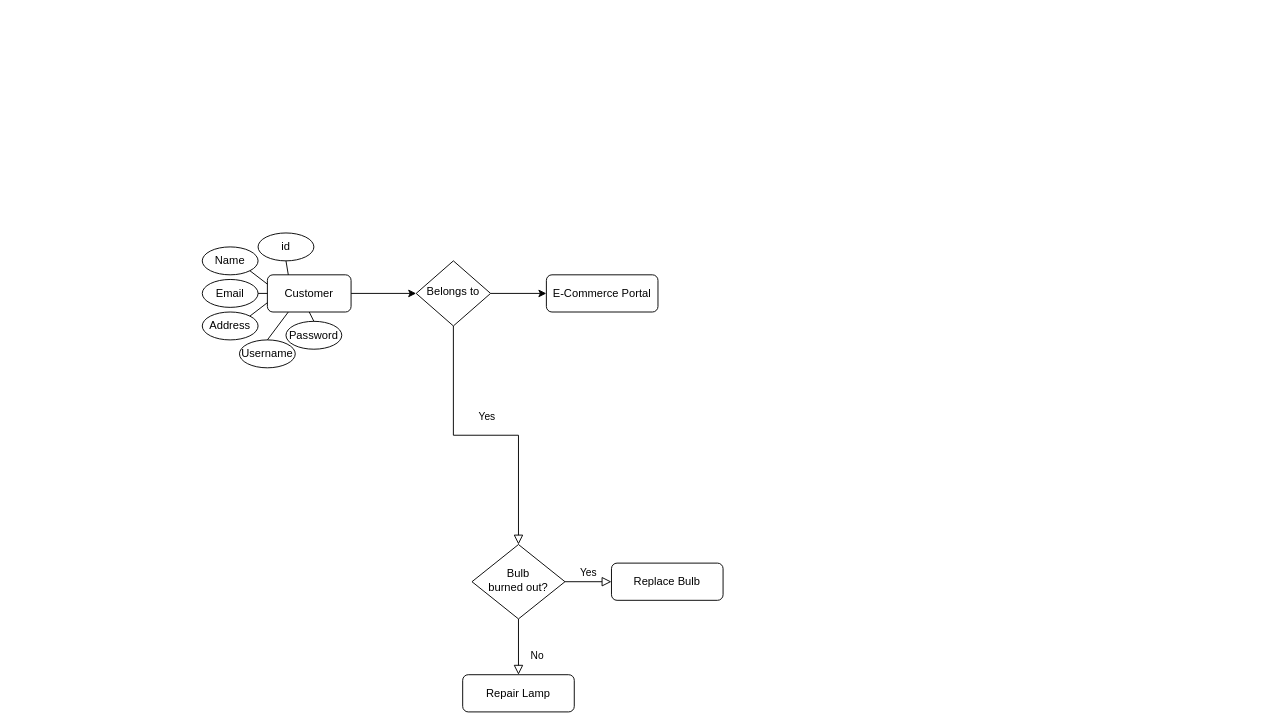
Above: Untitled Diagram.drawio in adithkrishnan98/ECommerce-Java (draw.io), before the change. Source tidied: cells renumbered, new cells numbered last; positions are measured from the earlier drawing's top-left corner, leaving out a move shared by most shapes. Both pictures are drawn from the tidied source at 93%, with x=0, y=0 at pixel (202, 232).
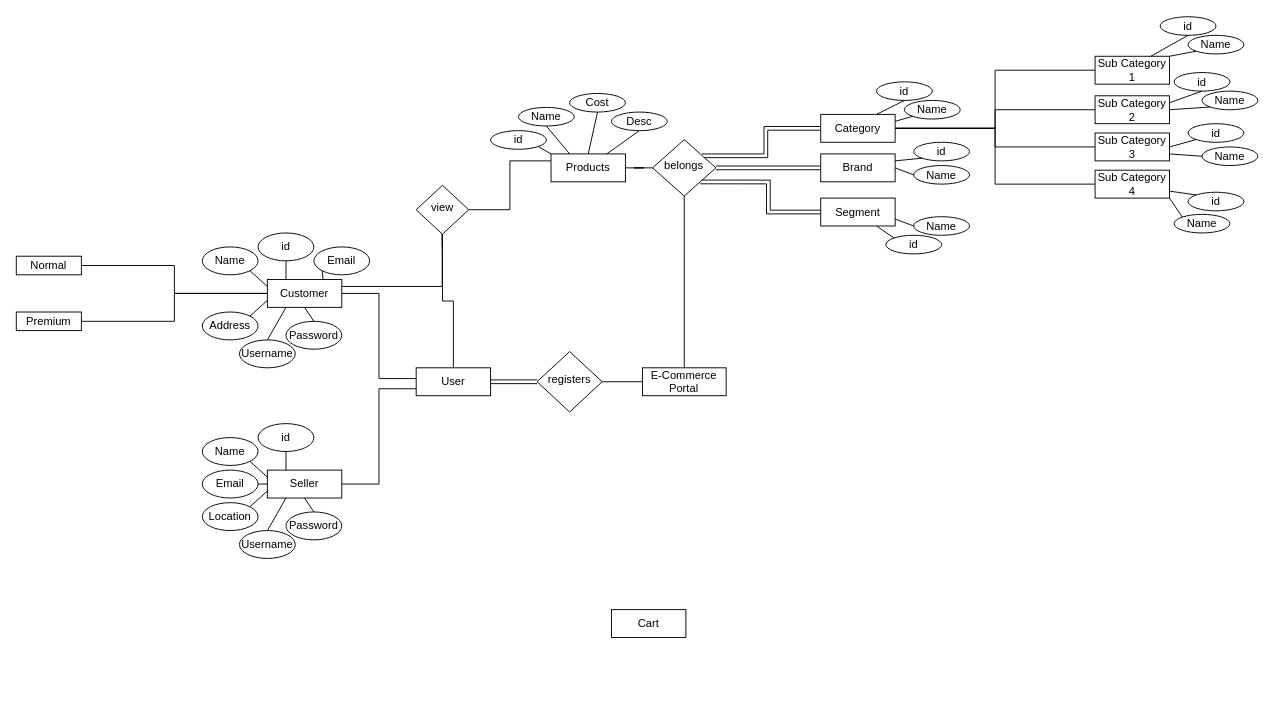
Above is the later version.

Commit message:
ER Diag E-Comm

The edit, as a diff of the source:
```diff
@@
-    <mxCell id="2" style="edgeStyle=orthogonalEdgeStyle;rounded=0;jettySize=auto;html=1;" parent="1" edge="1" source="3" target="6">
+    <mxCell id="2" style="edgeStyle=orthogonalEdgeStyle;rounded=0;jettySize=auto;html=1;entryX=0.002;entryY=0.386;entryDx=0;entryDy=0;entryPerimeter=0;endArrow=none;endFill=0;" parent="1" edge="1" source="3" target="28">
       <mxGeometry relative="1" as="geometry" />
     </mxCell>
+    <mxCell id="25" style="edgeStyle=orthogonalEdgeStyle;rounded=0;jettySize=auto;html=1;exitX=1;exitY=0.25;exitDx=0;exitDy=0;startArrow=none;startFill=0;endArrow=none;endFill=0;strokeColor=#000000;" parent="1" edge="1" source="3">
+      <mxGeometry relative="1" as="geometry">
+        <mxPoint x="258" y="15" as="targetPoint" />
+        <Array as="points">
+          <mxPoint x="258" y="57" />
+          <mxPoint x="258" y="-25" />
+        </Array>
+      </mxGeometry>
+    </mxCell>
-    <mxCell id="3" value="Customer" style="rounded=1;whiteSpace=wrap;html=1;fontSize=12;glass=0;strokeWidth=1;shadow=0;" parent="1" vertex="1">
-      <mxGeometry x="70" y="45" width="90" height="40" as="geometry" />
+    <mxCell id="3" value="Customer" style="rounded=0;whiteSpace=wrap;html=1;fontSize=12;glass=0;strokeWidth=1;shadow=0;" parent="1" vertex="1">
+      <mxGeometry x="70" y="50" width="80" height="30" as="geometry" />
     </mxCell>
-    <mxCell id="4" value="Yes" style="rounded=0;html=1;jettySize=auto;fontSize=11;endArrow=block;endFill=0;endSize=8;strokeWidth=1;shadow=0;labelBackgroundColor=none;edgeStyle=orthogonalEdgeStyle;" parent="1" edge="1" source="6" target="10">
-      <mxGeometry y="20" relative="1" as="geometry" />
-    </mxCell>
-    <mxCell id="5" style="edgeStyle=orthogonalEdgeStyle;rounded=0;jettySize=auto;html=1;exitX=1;exitY=0.5;exitDx=0;exitDy=0;" parent="1" edge="1" source="6" target="7">
+    <mxCell id="5" style="edgeStyle=orthogonalEdgeStyle;rounded=0;jettySize=auto;html=1;exitX=1;exitY=0.5;exitDx=0;exitDy=0;endArrow=none;endFill=0;" parent="1" edge="1" source="6" target="7">
       <mxGeometry relative="1" as="geometry" />
     </mxCell>
-    <mxCell id="6" value="Belongs to" style="rhombus;whiteSpace=wrap;html=1;shadow=0;fontFamily=Helvetica;fontSize=12;align=center;strokeWidth=1;spacing=6;spacingTop=-4;" parent="1" vertex="1">
-      <mxGeometry x="230" y="30" width="80" height="70" as="geometry" />
+    <mxCell id="6" value="registers" style="rhombus;whiteSpace=wrap;html=1;shadow=0;fontFamily=Helvetica;fontSize=12;align=center;strokeWidth=1;spacing=6;spacingTop=-4;" parent="1" vertex="1">
+      <mxGeometry x="360" y="127.5" width="70" height="65" as="geometry" />
     </mxCell>
-    <mxCell id="7" value="E-Commerce Portal" style="rounded=1;whiteSpace=wrap;html=1;fontSize=12;glass=0;strokeWidth=1;shadow=0;" parent="1" vertex="1">
-      <mxGeometry x="370" y="45" width="120" height="40" as="geometry" />
+    <mxCell id="7" value="E-Commerce Portal" style="rounded=0;whiteSpace=wrap;html=1;fontSize=12;glass=0;strokeWidth=1;shadow=0;" parent="1" vertex="1">
+      <mxGeometry x="473.3" y="145" width="90" height="30" as="geometry" />
     </mxCell>
-    <mxCell id="8" value="No" style="rounded=0;html=1;jettySize=auto;fontSize=11;endArrow=block;endFill=0;endSize=8;strokeWidth=1;shadow=0;labelBackgroundColor=none;edgeStyle=orthogonalEdgeStyle;" parent="1" edge="1" source="10" target="11">
-      <mxGeometry x="0.33" y="20" relative="1" as="geometry" />
-    </mxCell>
-    <mxCell id="9" value="Yes" style="edgeStyle=orthogonalEdgeStyle;rounded=0;html=1;jettySize=auto;fontSize=11;endArrow=block;endFill=0;endSize=8;strokeWidth=1;shadow=0;labelBackgroundColor=none;" parent="1" edge="1" source="10" target="12">
-      <mxGeometry y="10" relative="1" as="geometry" />
-    </mxCell>
-    <mxCell id="10" value="Bulb&lt;br&gt;burned out?" style="rhombus;whiteSpace=wrap;html=1;shadow=0;fontFamily=Helvetica;fontSize=12;align=center;strokeWidth=1;spacing=6;spacingTop=-4;" parent="1" vertex="1">
-      <mxGeometry x="290" y="335" width="100" height="80" as="geometry" />
-    </mxCell>
-    <mxCell id="11" value="Repair Lamp" style="rounded=1;whiteSpace=wrap;html=1;fontSize=12;glass=0;strokeWidth=1;shadow=0;" parent="1" vertex="1">
-      <mxGeometry x="280" y="475" width="120" height="40" as="geometry" />
-    </mxCell>
-    <mxCell id="12" value="Replace Bulb" style="rounded=1;whiteSpace=wrap;html=1;fontSize=12;glass=0;strokeWidth=1;shadow=0;" parent="1" vertex="1">
-      <mxGeometry x="440" y="355" width="120" height="40" as="geometry" />
-    </mxCell>
@@
     <mxCell id="15" value="Email" style="ellipse;whiteSpace=wrap;html=1;" parent="1" vertex="1">
-      <mxGeometry y="50" width="60" height="30" as="geometry" />
+      <mxGeometry x="120" y="15" width="60" height="30" as="geometry" />
     </mxCell>
@@
-    <mxCell id="21" style="endArrow=none;html=1;entryX=1;entryY=0.5;entryDx=0;entryDy=0;exitX=0;exitY=0.5;exitDx=0;exitDy=0;" parent="1" edge="1" source="3" target="15">
+    <mxCell id="21" style="endArrow=none;html=1;entryX=0;entryY=1;entryDx=0;entryDy=0;exitX=0.75;exitY=0;exitDx=0;exitDy=0;" parent="1" edge="1" source="3" target="15">
       <mxGeometry relative="1" as="geometry" />
     </mxCell>
@@
+    <mxCell id="26" style="edgeStyle=orthogonalEdgeStyle;rounded=0;jettySize=auto;html=1;entryX=0;entryY=0.5;entryDx=0;entryDy=0;shape=link;" parent="1" edge="1" source="28" target="6">
+      <mxGeometry relative="1" as="geometry" />
+    </mxCell>
+    <mxCell id="27" style="edgeStyle=orthogonalEdgeStyle;rounded=0;jettySize=auto;html=1;entryX=0.5;entryY=1;entryDx=0;entryDy=0;startArrow=none;startFill=0;endArrow=none;endFill=0;strokeColor=#000000;" parent="1" edge="1" source="28" target="82">
+      <mxGeometry relative="1" as="geometry" />
+    </mxCell>
+    <mxCell id="28" value="User" style="rounded=0;whiteSpace=wrap;html=1;fontSize=12;glass=0;strokeWidth=1;shadow=0;" parent="1" vertex="1">
+      <mxGeometry x="230" y="145" width="80" height="30" as="geometry" />
+    </mxCell>
+    <mxCell id="29" style="edgeStyle=orthogonalEdgeStyle;rounded=0;jettySize=auto;html=1;exitX=1;exitY=0.5;exitDx=0;exitDy=0;entryX=0;entryY=0.75;entryDx=0;entryDy=0;endArrow=none;endFill=0;" parent="1" edge="1" source="30" target="28">
+      <mxGeometry relative="1" as="geometry" />
+    </mxCell>
+    <mxCell id="30" value="Seller" style="rounded=0;whiteSpace=wrap;html=1;fontSize=12;glass=0;strokeWidth=1;shadow=0;" parent="1" vertex="1">
+      <mxGeometry x="70" y="255" width="80" height="30" as="geometry" />
+    </mxCell>
+    <mxCell id="31" value="id" style="ellipse;whiteSpace=wrap;html=1;" parent="1" vertex="1">
+      <mxGeometry x="60" y="205" width="60" height="30" as="geometry" />
+    </mxCell>
+    <mxCell id="32" value="Name" style="ellipse;whiteSpace=wrap;html=1;" parent="1" vertex="1">
+      <mxGeometry y="220" width="60" height="30" as="geometry" />
+    </mxCell>
+    <mxCell id="33" value="Email" style="ellipse;whiteSpace=wrap;html=1;" parent="1" vertex="1">
+      <mxGeometry y="255" width="60" height="30" as="geometry" />
+    </mxCell>
+    <mxCell id="34" value="Location" style="ellipse;whiteSpace=wrap;html=1;" parent="1" vertex="1">
+      <mxGeometry y="290" width="60" height="30" as="geometry" />
+    </mxCell>
+    <mxCell id="35" value="Username" style="ellipse;whiteSpace=wrap;html=1;" parent="1" vertex="1">
+      <mxGeometry x="40" y="320" width="60" height="30" as="geometry" />
+    </mxCell>
+    <mxCell id="36" value="Password" style="ellipse;whiteSpace=wrap;html=1;" parent="1" vertex="1">
+      <mxGeometry x="90" y="300" width="60" height="30" as="geometry" />
+    </mxCell>
+    <mxCell id="37" style="endArrow=none;html=1;entryX=0.5;entryY=1;entryDx=0;entryDy=0;exitX=0.25;exitY=0;exitDx=0;exitDy=0;" parent="1" edge="1" source="30" target="31">
+      <mxGeometry relative="1" as="geometry" />
+    </mxCell>
+    <mxCell id="38" style="endArrow=none;html=1;entryX=1;entryY=1;entryDx=0;entryDy=0;exitX=0;exitY=0.25;exitDx=0;exitDy=0;" parent="1" edge="1" source="30" target="32">
+      <mxGeometry relative="1" as="geometry" />
+    </mxCell>
+    <mxCell id="39" style="endArrow=none;html=1;entryX=1;entryY=0.5;entryDx=0;entryDy=0;exitX=0;exitY=0.5;exitDx=0;exitDy=0;" parent="1" edge="1" source="30" target="33">
+      <mxGeometry relative="1" as="geometry" />
+    </mxCell>
+    <mxCell id="40" style="endArrow=none;html=1;entryX=1;entryY=0;entryDx=0;entryDy=0;exitX=0;exitY=0.75;exitDx=0;exitDy=0;" parent="1" edge="1" source="30" target="34">
+      <mxGeometry relative="1" as="geometry" />
+    </mxCell>
+    <mxCell id="41" style="endArrow=none;html=1;entryX=0.5;entryY=0;entryDx=0;entryDy=0;exitX=0.25;exitY=1;exitDx=0;exitDy=0;" parent="1" edge="1" source="30" target="35">
+      <mxGeometry relative="1" as="geometry" />
+    </mxCell>
+    <mxCell id="42" style="endArrow=none;html=1;entryX=0.5;entryY=1;entryDx=0;entryDy=0;exitX=0.5;exitY=0;exitDx=0;exitDy=0;" parent="1" edge="1" source="36" target="30">
+      <mxGeometry relative="1" as="geometry" />
+    </mxCell>
+    <mxCell id="43" style="edgeStyle=orthogonalEdgeStyle;rounded=0;jettySize=auto;html=1;entryX=0;entryY=0.5;entryDx=0;entryDy=0;endArrow=none;endFill=0;" parent="1" edge="1" source="44" target="3">
+      <mxGeometry relative="1" as="geometry" />
+    </mxCell>
+    <mxCell id="44" value="Normal" style="rounded=0;whiteSpace=wrap;html=1;fontSize=12;glass=0;strokeWidth=1;shadow=0;" parent="1" vertex="1">
+      <mxGeometry x="-200" y="25" width="70" height="20" as="geometry" />
+    </mxCell>
+    <mxCell id="45" style="edgeStyle=orthogonalEdgeStyle;rounded=0;jettySize=auto;html=1;entryX=0;entryY=0.5;entryDx=0;entryDy=0;startArrow=none;startFill=0;endArrow=none;endFill=0;" parent="1" edge="1" source="46" target="3">
+      <mxGeometry relative="1" as="geometry" />
+    </mxCell>
+    <mxCell id="46" value="Premium" style="rounded=0;whiteSpace=wrap;html=1;fontSize=12;glass=0;strokeWidth=1;shadow=0;" parent="1" vertex="1">
+      <mxGeometry x="-200" y="85" width="70" height="20" as="geometry" />
+    </mxCell>
+    <mxCell id="47" style="edgeStyle=orthogonalEdgeStyle;rounded=0;jettySize=auto;html=1;exitX=1;exitY=1;exitDx=0;exitDy=0;entryX=0;entryY=0.5;entryDx=0;entryDy=0;startArrow=none;startFill=0;endArrow=none;endFill=0;strokeColor=#000000;shape=link;" parent="1" edge="1" source="83" target="68">
+      <mxGeometry relative="1" as="geometry" />
+    </mxCell>
+    <mxCell id="48" style="edgeStyle=orthogonalEdgeStyle;rounded=0;jettySize=auto;html=1;exitX=1;exitY=0.5;exitDx=0;exitDy=0;entryX=0;entryY=0.5;entryDx=0;entryDy=0;startArrow=none;startFill=0;endArrow=none;endFill=0;strokeColor=#000000;shape=link;" parent="1" edge="1" source="83" target="67">
+      <mxGeometry relative="1" as="geometry" />
+    </mxCell>
+    <mxCell id="49" style="edgeStyle=orthogonalEdgeStyle;rounded=0;jettySize=auto;html=1;entryX=0;entryY=0.5;entryDx=0;entryDy=0;startArrow=none;startFill=0;endArrow=none;endFill=0;strokeColor=#000000;" parent="1" edge="1" source="50" target="83">
+      <mxGeometry relative="1" as="geometry" />
+    </mxCell>
+    <mxCell id="50" value="Products" style="rounded=0;whiteSpace=wrap;html=1;fontSize=12;glass=0;strokeWidth=1;shadow=0;" parent="1" vertex="1">
+      <mxGeometry x="375" y="-85" width="80" height="30" as="geometry" />
+    </mxCell>
+    <mxCell id="51" value="Cart" style="rounded=0;whiteSpace=wrap;html=1;fontSize=12;glass=0;strokeWidth=1;shadow=0;" parent="1" vertex="1">
+      <mxGeometry x="440" y="405" width="80" height="30" as="geometry" />
+    </mxCell>
+    <mxCell id="52" value="id" style="ellipse;whiteSpace=wrap;html=1;" parent="1" vertex="1">
+      <mxGeometry x="310" y="-110" width="60" height="20" as="geometry" />
+    </mxCell>
+    <mxCell id="53" style="endArrow=none;html=1;entryX=1;entryY=1;entryDx=0;entryDy=0;exitX=0;exitY=0;exitDx=0;exitDy=0;" parent="1" edge="1" source="50" target="52">
+      <mxGeometry relative="1" as="geometry" />
+    </mxCell>
+    <mxCell id="54" style="endArrow=none;html=1;entryX=0.25;entryY=0;entryDx=0;entryDy=0;exitX=0.5;exitY=1;exitDx=0;exitDy=0;" parent="1" edge="1" source="55" target="50">
+      <mxGeometry relative="1" as="geometry" />
+    </mxCell>
+    <mxCell id="55" value="Name" style="ellipse;whiteSpace=wrap;html=1;" parent="1" vertex="1">
+      <mxGeometry x="340" y="-135" width="60" height="20" as="geometry" />
+    </mxCell>
+    <mxCell id="56" value="Cost" style="ellipse;whiteSpace=wrap;html=1;" parent="1" vertex="1">
+      <mxGeometry x="395" y="-150" width="60" height="20" as="geometry" />
+    </mxCell>
+    <mxCell id="57" style="endArrow=none;html=1;exitX=0.5;exitY=1;exitDx=0;exitDy=0;entryX=0.5;entryY=0;entryDx=0;entryDy=0;" parent="1" edge="1" source="56" target="50">
+      <mxGeometry relative="1" as="geometry" />
+    </mxCell>
+    <mxCell id="58" value="Desc" style="ellipse;whiteSpace=wrap;html=1;" parent="1" vertex="1">
+      <mxGeometry x="440" y="-130" width="60" height="20" as="geometry" />
+    </mxCell>
+    <mxCell id="59" style="endArrow=none;html=1;entryX=0.5;entryY=1;entryDx=0;entryDy=0;exitX=0.75;exitY=0;exitDx=0;exitDy=0;" parent="1" edge="1" source="50" target="58">
+      <mxGeometry relative="1" as="geometry" />
+    </mxCell>
+    <mxCell id="60" style="edgeStyle=orthogonalEdgeStyle;rounded=0;jettySize=auto;html=1;entryX=0.5;entryY=0;entryDx=0;entryDy=0;endArrow=none;endFill=0;exitX=0.5;exitY=1;exitDx=0;exitDy=0;" parent="1" edge="1" source="83" target="7">
+      <mxGeometry relative="1" as="geometry" />
+    </mxCell>
+    <mxCell id="61" style="edgeStyle=orthogonalEdgeStyle;rounded=0;jettySize=auto;html=1;entryX=1;entryY=0;entryDx=0;entryDy=0;startArrow=none;startFill=0;endArrow=none;endFill=0;strokeColor=#000000;shape=link;" parent="1" edge="1" source="66" target="83">
+      <mxGeometry relative="1" as="geometry">
+        <Array as="points">
+          <mxPoint x="606" y="-113" />
+          <mxPoint x="606" y="-83" />
+        </Array>
+      </mxGeometry>
+    </mxCell>
+    <mxCell id="62" style="edgeStyle=orthogonalEdgeStyle;rounded=0;jettySize=auto;html=1;entryX=0;entryY=0.5;entryDx=0;entryDy=0;startArrow=none;startFill=0;endArrow=none;endFill=0;strokeColor=#000000;" parent="1" edge="1" source="66" target="84">
+      <mxGeometry relative="1" as="geometry" />
+    </mxCell>
+    <mxCell id="63" style="edgeStyle=orthogonalEdgeStyle;rounded=0;jettySize=auto;html=1;exitX=1;exitY=0.5;exitDx=0;exitDy=0;entryX=0;entryY=0.5;entryDx=0;entryDy=0;startArrow=none;startFill=0;endArrow=none;endFill=0;strokeColor=#000000;" parent="1" edge="1" source="66" target="85">
+      <mxGeometry relative="1" as="geometry" />
+    </mxCell>
+    <mxCell id="64" style="edgeStyle=orthogonalEdgeStyle;rounded=0;jettySize=auto;html=1;exitX=1;exitY=0.5;exitDx=0;exitDy=0;entryX=0;entryY=0.5;entryDx=0;entryDy=0;startArrow=none;startFill=0;endArrow=none;endFill=0;strokeColor=#000000;" parent="1" edge="1" source="66" target="86">
+      <mxGeometry relative="1" as="geometry" />
+    </mxCell>
+    <mxCell id="65" style="edgeStyle=orthogonalEdgeStyle;rounded=0;jettySize=auto;html=1;exitX=1;exitY=0.5;exitDx=0;exitDy=0;entryX=0;entryY=0.5;entryDx=0;entryDy=0;startArrow=none;startFill=0;endArrow=none;endFill=0;strokeColor=#000000;" parent="1" edge="1" source="66" target="87">
+      <mxGeometry relative="1" as="geometry" />
+    </mxCell>
+    <mxCell id="66" value="Category" style="rounded=0;whiteSpace=wrap;html=1;fontSize=12;glass=0;strokeWidth=1;shadow=0;" parent="1" vertex="1">
+      <mxGeometry x="665" y="-127.5" width="80" height="30" as="geometry" />
+    </mxCell>
+    <mxCell id="67" value="Brand" style="rounded=0;whiteSpace=wrap;html=1;fontSize=12;glass=0;strokeWidth=1;shadow=0;" parent="1" vertex="1">
+      <mxGeometry x="665" y="-85" width="80" height="30" as="geometry" />
+    </mxCell>
+    <mxCell id="68" value="Segment" style="rounded=0;whiteSpace=wrap;html=1;fontSize=12;glass=0;strokeWidth=1;shadow=0;" parent="1" vertex="1">
+      <mxGeometry x="665" y="-37.5" width="80" height="30" as="geometry" />
+    </mxCell>
+    <mxCell id="69" value="id" style="ellipse;whiteSpace=wrap;html=1;" parent="1" vertex="1">
+      <mxGeometry x="725" y="-162.5" width="60" height="20" as="geometry" />
+    </mxCell>
+    <mxCell id="70" style="endArrow=none;html=1;entryX=0.5;entryY=1;entryDx=0;entryDy=0;exitX=0.75;exitY=0;exitDx=0;exitDy=0;" parent="1" edge="1" source="66" target="69">
+      <mxGeometry relative="1" as="geometry" />
+    </mxCell>
+    <mxCell id="71" value="Name" style="ellipse;whiteSpace=wrap;html=1;" parent="1" vertex="1">
+      <mxGeometry x="755" y="-142.5" width="60" height="20" as="geometry" />
+    </mxCell>
+    <mxCell id="72" style="endArrow=none;html=1;entryX=0;entryY=1;entryDx=0;entryDy=0;exitX=1;exitY=0.25;exitDx=0;exitDy=0;" parent="1" edge="1" source="66" target="71">
+      <mxGeometry relative="1" as="geometry" />
+    </mxCell>
+    <mxCell id="73" value="id" style="ellipse;whiteSpace=wrap;html=1;" parent="1" vertex="1">
+      <mxGeometry x="765" y="-97.5" width="60" height="20" as="geometry" />
+    </mxCell>
+    <mxCell id="74" style="endArrow=none;html=1;entryX=0;entryY=1;entryDx=0;entryDy=0;exitX=1;exitY=0.25;exitDx=0;exitDy=0;" parent="1" edge="1" source="67" target="73">
+      <mxGeometry relative="1" as="geometry" />
+    </mxCell>
+    <mxCell id="75" value="Name" style="ellipse;whiteSpace=wrap;html=1;" parent="1" vertex="1">
+      <mxGeometry x="765" y="-72.5" width="60" height="20" as="geometry" />
+    </mxCell>
+    <mxCell id="76" style="endArrow=none;html=1;entryX=0;entryY=0.5;entryDx=0;entryDy=0;exitX=1;exitY=0.5;exitDx=0;exitDy=0;" parent="1" edge="1" source="67" target="75">
+      <mxGeometry relative="1" as="geometry" />
+    </mxCell>
+    <mxCell id="77" value="id" style="ellipse;whiteSpace=wrap;html=1;" parent="1" vertex="1">
+      <mxGeometry x="735" y="2.5" width="60" height="20" as="geometry" />
+    </mxCell>
+    <mxCell id="78" style="endArrow=none;html=1;entryX=0;entryY=0;entryDx=0;entryDy=0;exitX=0.75;exitY=1;exitDx=0;exitDy=0;" parent="1" edge="1" source="68" target="77">
+      <mxGeometry relative="1" as="geometry" />
+    </mxCell>
+    <mxCell id="79" value="Name" style="ellipse;whiteSpace=wrap;html=1;" parent="1" vertex="1">
+      <mxGeometry x="765" y="-17.5" width="60" height="20" as="geometry" />
+    </mxCell>
+    <mxCell id="80" style="endArrow=none;html=1;entryX=0;entryY=0.5;entryDx=0;entryDy=0;exitX=1;exitY=0.75;exitDx=0;exitDy=0;" parent="1" edge="1" source="68" target="79">
+      <mxGeometry relative="1" as="geometry" />
+    </mxCell>
+    <mxCell id="81" style="edgeStyle=orthogonalEdgeStyle;rounded=0;jettySize=auto;html=1;entryX=0;entryY=0.25;entryDx=0;entryDy=0;startArrow=none;startFill=0;endArrow=none;endFill=0;strokeColor=#000000;" parent="1" edge="1" source="82" target="50">
+      <mxGeometry relative="1" as="geometry" />
+    </mxCell>
+    <mxCell id="82" value="view" style="rhombus;whiteSpace=wrap;html=1;shadow=0;fontFamily=Helvetica;fontSize=12;align=center;strokeWidth=1;spacing=6;spacingTop=-4;" parent="1" vertex="1">
+      <mxGeometry x="230" y="-51.2" width="56.5" height="52.5" as="geometry" />
+    </mxCell>
+    <mxCell id="83" value="belongs" style="rhombus;whiteSpace=wrap;html=1;shadow=0;fontFamily=Helvetica;fontSize=12;align=center;strokeWidth=1;spacing=6;spacingTop=-4;" parent="1" vertex="1">
+      <mxGeometry x="484.2" y="-100.3" width="68.1" height="60.6" as="geometry" />
+    </mxCell>
+    <mxCell id="84" value="Sub Category 1" style="rounded=0;whiteSpace=wrap;html=1;fontSize=12;glass=0;strokeWidth=1;shadow=0;" parent="1" vertex="1">
+      <mxGeometry x="960" y="-190" width="80" height="30" as="geometry" />
+    </mxCell>
+    <mxCell id="85" value="Sub Category 2" style="rounded=0;whiteSpace=wrap;html=1;fontSize=12;glass=0;strokeWidth=1;shadow=0;" parent="1" vertex="1">
+      <mxGeometry x="960" y="-147.5" width="80" height="30" as="geometry" />
+    </mxCell>
+    <mxCell id="86" value="Sub Category 3" style="rounded=0;whiteSpace=wrap;html=1;fontSize=12;glass=0;strokeWidth=1;shadow=0;" parent="1" vertex="1">
+      <mxGeometry x="960" y="-107.5" width="80" height="30" as="geometry" />
+    </mxCell>
+    <mxCell id="87" value="Sub Category 4" style="rounded=0;whiteSpace=wrap;html=1;fontSize=12;glass=0;strokeWidth=1;shadow=0;" parent="1" vertex="1">
+      <mxGeometry x="960" y="-67.5" width="80" height="30" as="geometry" />
+    </mxCell>
+    <mxCell id="88" value="id" style="ellipse;whiteSpace=wrap;html=1;" parent="1" vertex="1">
+      <mxGeometry x="1030" y="-232.5" width="60" height="20" as="geometry" />
+    </mxCell>
+    <mxCell id="89" style="endArrow=none;html=1;entryX=0.5;entryY=1;entryDx=0;entryDy=0;exitX=0.75;exitY=0;exitDx=0;exitDy=0;" parent="1" edge="1" source="84" target="88">
+      <mxGeometry relative="1" as="geometry" />
+    </mxCell>
+    <mxCell id="90" value="Name" style="ellipse;whiteSpace=wrap;html=1;" parent="1" vertex="1">
+      <mxGeometry x="1060" y="-212.5" width="60" height="20" as="geometry" />
+    </mxCell>
+    <mxCell id="91" style="endArrow=none;html=1;entryX=0;entryY=1;entryDx=0;entryDy=0;exitX=1;exitY=0;exitDx=0;exitDy=0;" parent="1" edge="1" source="84" target="90">
+      <mxGeometry relative="1" as="geometry" />
+    </mxCell>
+    <mxCell id="92" value="id" style="ellipse;whiteSpace=wrap;html=1;" parent="1" vertex="1">
+      <mxGeometry x="1045" y="-172.5" width="60" height="20" as="geometry" />
+    </mxCell>
+    <mxCell id="93" style="endArrow=none;html=1;entryX=0.5;entryY=1;entryDx=0;entryDy=0;exitX=1;exitY=0.25;exitDx=0;exitDy=0;" parent="1" edge="1" source="85" target="92">
+      <mxGeometry relative="1" as="geometry" />
+    </mxCell>
+    <mxCell id="94" value="Name" style="ellipse;whiteSpace=wrap;html=1;" parent="1" vertex="1">
+      <mxGeometry x="1075" y="-152.5" width="60" height="20" as="geometry" />
+    </mxCell>
+    <mxCell id="95" style="endArrow=none;html=1;entryX=0;entryY=1;entryDx=0;entryDy=0;exitX=1;exitY=0.5;exitDx=0;exitDy=0;" parent="1" edge="1" source="85" target="94">
+      <mxGeometry relative="1" as="geometry" />
+    </mxCell>
+    <mxCell id="96" value="id" style="ellipse;whiteSpace=wrap;html=1;" parent="1" vertex="1">
+      <mxGeometry x="1060" y="-117.5" width="60" height="20" as="geometry" />
+    </mxCell>
+    <mxCell id="97" style="endArrow=none;html=1;entryX=0;entryY=1;entryDx=0;entryDy=0;exitX=1;exitY=0.5;exitDx=0;exitDy=0;" parent="1" edge="1" source="86" target="96">
+      <mxGeometry relative="1" as="geometry" />
+    </mxCell>
+    <mxCell id="98" value="Name" style="ellipse;whiteSpace=wrap;html=1;" parent="1" vertex="1">
+      <mxGeometry x="1075" y="-92.5" width="60" height="20" as="geometry" />
+    </mxCell>
+    <mxCell id="99" style="endArrow=none;html=1;entryX=0;entryY=0.5;entryDx=0;entryDy=0;exitX=1;exitY=0.75;exitDx=0;exitDy=0;" parent="1" edge="1" source="86" target="98">
+      <mxGeometry relative="1" as="geometry" />
+    </mxCell>
+    <mxCell id="100" value="id" style="ellipse;whiteSpace=wrap;html=1;" parent="1" vertex="1">
+      <mxGeometry x="1060" y="-43.8" width="60" height="20" as="geometry" />
+    </mxCell>
+    <mxCell id="101" style="endArrow=none;html=1;entryX=0;entryY=0;entryDx=0;entryDy=0;exitX=1;exitY=0.75;exitDx=0;exitDy=0;" parent="1" edge="1" source="87" target="100">
+      <mxGeometry relative="1" as="geometry" />
+    </mxCell>
+    <mxCell id="102" value="Name" style="ellipse;whiteSpace=wrap;html=1;" parent="1" vertex="1">
+      <mxGeometry x="1045" y="-20" width="60" height="20" as="geometry" />
+    </mxCell>
+    <mxCell id="103" style="endArrow=none;html=1;entryX=0;entryY=0;entryDx=0;entryDy=0;exitX=1;exitY=1;exitDx=0;exitDy=0;" parent="1" edge="1" source="87" target="102">
+      <mxGeometry relative="1" as="geometry" />
+    </mxCell>
```
